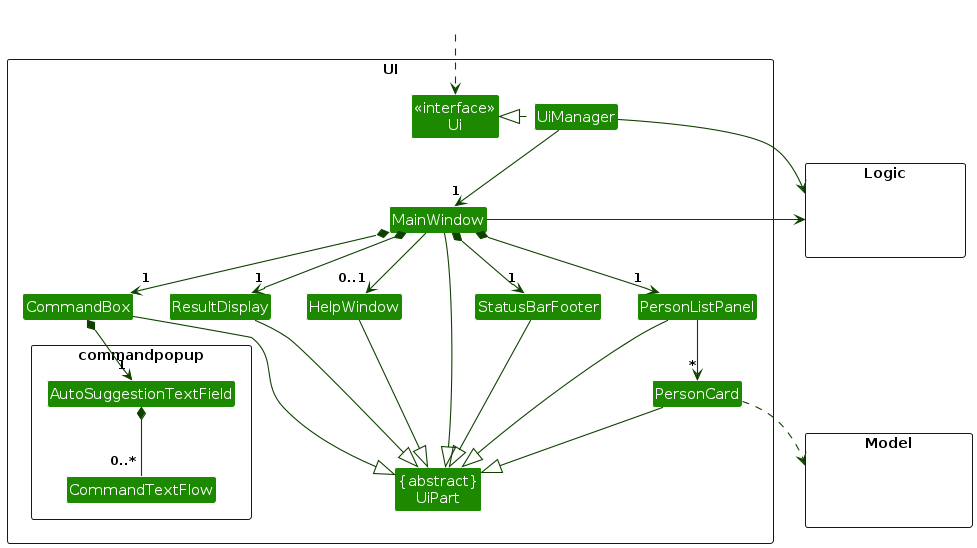
This is diagrams/UiClassDiagram.png from JJtan2002/tp, a PlantUML export, as it was before one commit. Its source is kept beside it as diagrams/UiClassDiagram.puml. The source it was exported from:
```plantuml
@startuml
!include style.puml
skinparam arrowThickness 1.1
skinparam arrowColor UI_COLOR_T4
skinparam classBackgroundColor UI_COLOR

package UI <<Rectangle>> {
    Class "<<interface>>\nUi" as Ui
    Class "{abstract}\nUiPart" as UiPart
    Class UiManager
    Class MainWindow
    Class HelpWindow
    Class ResultDisplay
    Class PersonListPanel
    Class PersonCard
    Class StatusBarFooter
    Class CommandBox

    package commandpopup <<Rectangle>> {
        Class AutoSuggestionTextField
        Class CommandTextFlow
    }
}

package Model <<Rectangle>> {
    Class HiddenModel #FFFFFF
}

package Logic <<Rectangle>> {
    Class HiddenLogic #FFFFFF
}

Class HiddenOutside #FFFFFF
HiddenOutside ..> Ui

UiManager .left.|> Ui
UiManager -down-> "1" MainWindow
MainWindow *-down-> "1" ResultDisplay
MainWindow *-down-> "1" PersonListPanel
MainWindow *-down-> "1" StatusBarFooter
MainWindow --> "0..1" HelpWindow
MainWindow *-up-> "1" CommandBox

PersonListPanel -down-> "*" PersonCard

MainWindow -left-|> UiPart

ResultDisplay --|> UiPart
CommandBox --|> UiPart
CommandBox *--> "1" AutoSuggestionTextField
AutoSuggestionTextField *-- "0..*" CommandTextFlow
PersonListPanel --|> UiPart
PersonCard --|> UiPart
StatusBarFooter --|> UiPart
HelpWindow --|> UiPart

PersonCard ..> Model
UiManager -right-> Logic
MainWindow -left-> Logic

PersonListPanel -[hidden]left- HelpWindow
HelpWindow -[hidden]left- CommandBox
CommandBox -[hidden]left- ResultDisplay
ResultDisplay -[hidden]left- StatusBarFooter

MainWindow -[hidden]-|> UiPart
@enduml
```
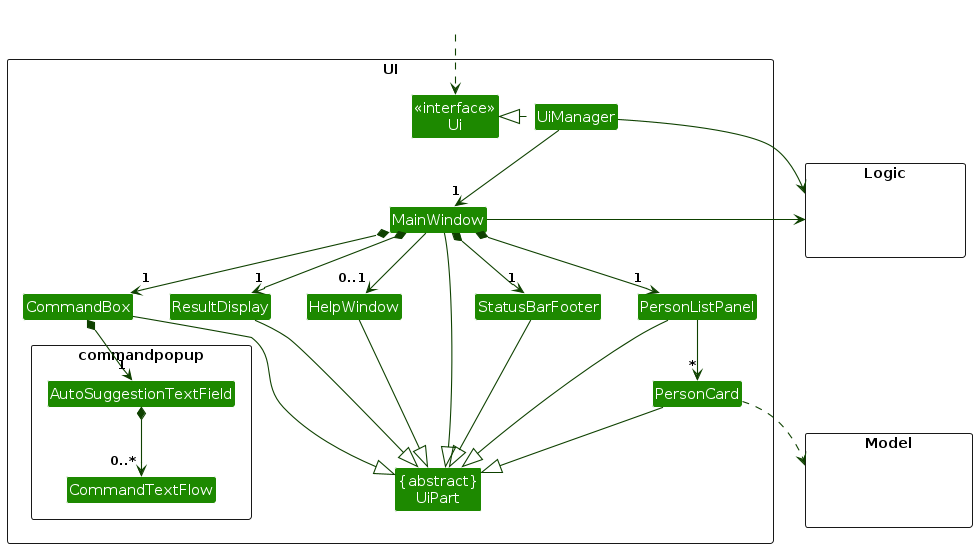
Above is the later version.

Change to the diagram source:
```diff
@@ -48,7 +48,7 @@
 ResultDisplay --|> UiPart
 CommandBox --|> UiPart
 CommandBox *--> "1" AutoSuggestionTextField
-AutoSuggestionTextField *-- "0..*" CommandTextFlow
+AutoSuggestionTextField *--> "0..*" CommandTextFlow
 PersonListPanel --|> UiPart
 PersonCard --|> UiPart
 StatusBarFooter --|> UiPart
```
